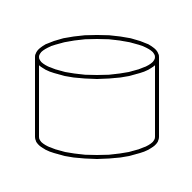
Before: FluxogramaProposto.drawio in Vanessaquintino/FiapTechV, a draw.io diagram. Source tidied: cells renumbered, new cells numbered last; positions are measured from the earlier drawing's top-left corner, leaving out a move shared by most shapes. Both pictures are drawn from the tidied source at 200%, with x=0, y=0 at pixel (36, 36).
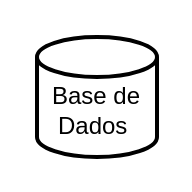
The same page after the edit.

Change to the diagram source:
```diff
@@
 <mxGraphModel>
   <root>
     <mxCell id="0" />
     <mxCell id="1" parent="0" />
-    <mxCell id="2" style="strokeWidth=2;html=1;shape=mxgraph.flowchart.database;whiteSpace=wrap;" parent="1" vertex="1">
+    <mxCell id="2" value="&lt;div&gt;&lt;br&gt;&lt;/div&gt;Base de Dados&amp;nbsp;" style="strokeWidth=2;html=1;shape=mxgraph.flowchart.database;whiteSpace=wrap;" parent="1" vertex="1">
       <mxGeometry width="60" height="60" as="geometry" />
     </mxCell>
   </root>
 </mxGraphModel>
```
